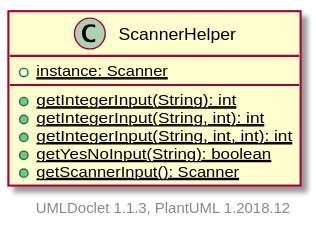
Above: projects/oodp/html/umlversion/uml/sg.edu.ntu.scse.cz2002.util.ScannerHelper.svg in itachi1706/How-to-use-Git-NTUSCSE1819-Site (PlantUML), before the change. Source of this version:
```plantuml
@startuml

    class ScannerHelper {
        {static} +instance: Scanner
        {static} +getIntegerInput(String): int
        {static} +getIntegerInput(String, int): int
        {static} +getIntegerInput(String, int, int): int
        {static} +getYesNoInput(String): boolean
        {static} +getScannerInput(): Scanner
    }


    center footer UMLDoclet 1.1.3, PlantUML 1.2018.12
@enduml
```
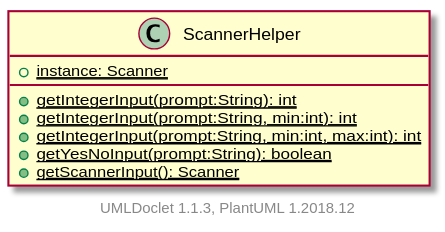
After the commit.

What changed in the source:
```diff
@@ -1,11 +1,11 @@
 @startuml
 
-    class ScannerHelper {
+    class ScannerHelper [[../sg/edu/ntu/scse/cz2002/util/ScannerHelper.html]] {
         {static} +instance: Scanner
-        {static} +getIntegerInput(String): int
-        {static} +getIntegerInput(String, int): int
-        {static} +getIntegerInput(String, int, int): int
-        {static} +getYesNoInput(String): boolean
+        {static} +getIntegerInput(prompt:String): int
+        {static} +getIntegerInput(prompt:String, min:int): int
+        {static} +getIntegerInput(prompt:String, min:int, max:int): int
+        {static} +getYesNoInput(prompt:String): boolean
         {static} +getScannerInput(): Scanner
     }
 
```
